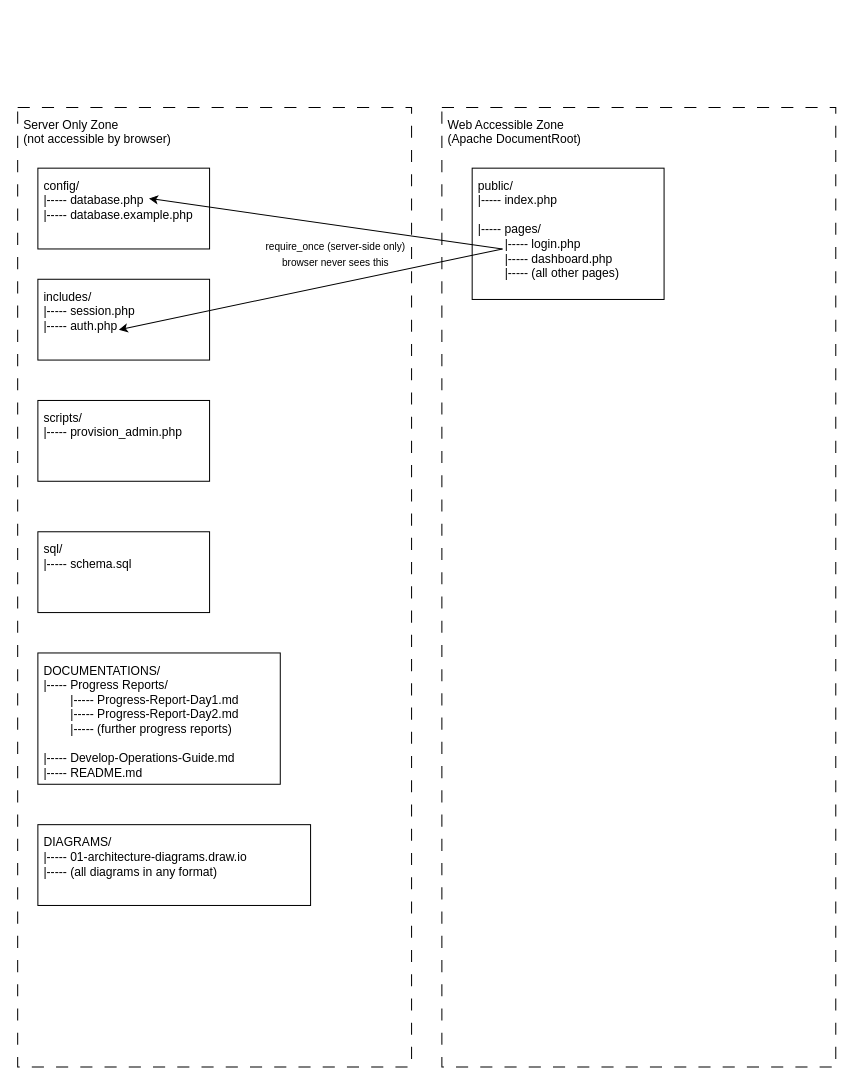
The draw.io diagram DIAGRAMS/02-folder-structure.drawio in kedrick07/sample-tracking-system, before the edit. Source tidied: cells renumbered, new cells numbered last; positions are measured from the earlier drawing's top-left corner, leaving out a move shared by most shapes. Both pictures are drawn from the tidied source at 101%, with x=0, y=0 at pixel (17, 107).
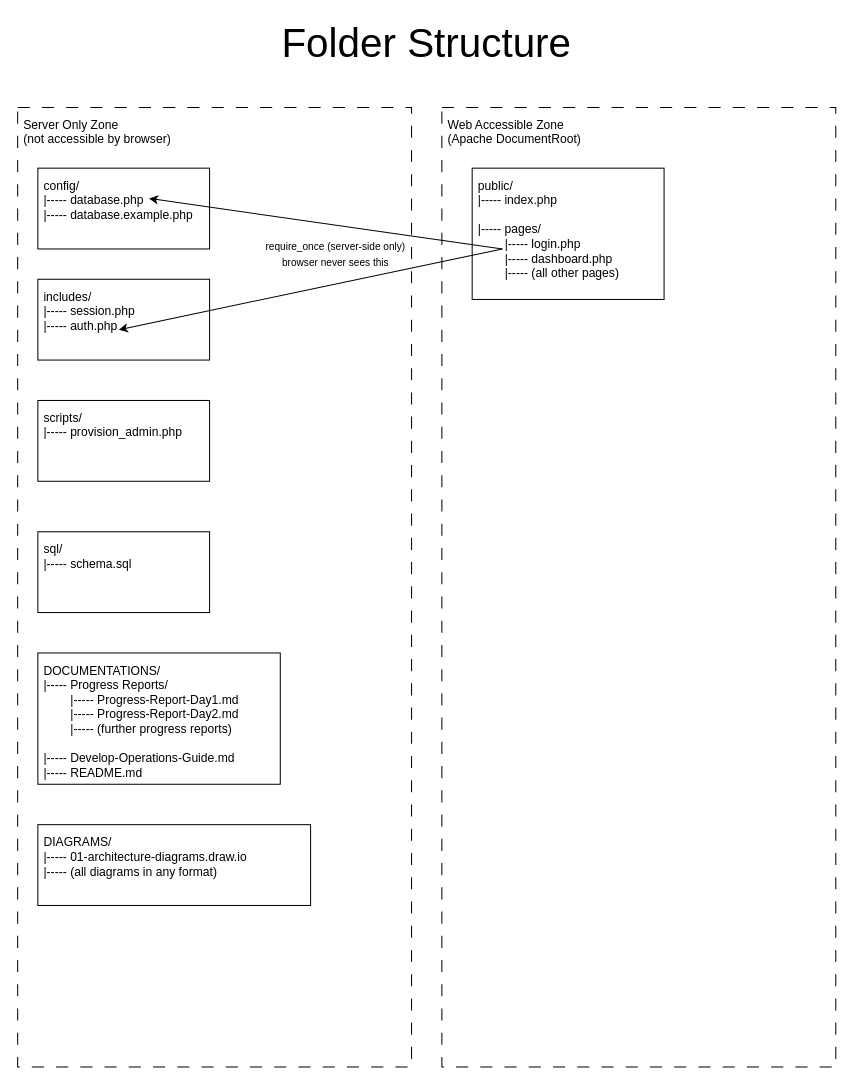
The same page after the edit.

What changed in the source:
```diff
@@
 <mxGraphModel>
   <root>
     <mxCell id="0" />
     <mxCell id="1" parent="0" />
     <mxCell id="2" value="Server Only Zone&lt;div&gt;(not accessible by browser)&lt;/div&gt;" style="rounded=0;whiteSpace=wrap;html=1;verticalAlign=top;align=left;dashed=1;dashPattern=12 12;spacing=6;" parent="1" vertex="1">
       <mxGeometry width="390" height="950" as="geometry" />
     </mxCell>
     <mxCell id="3" value="Web Accessible Zone&amp;nbsp;&lt;div&gt;(Apache DocumentRoot)&lt;/div&gt;&lt;div&gt;&lt;br&gt;&lt;/div&gt;" style="rounded=0;whiteSpace=wrap;html=1;verticalAlign=top;align=left;spacing=6;dashed=1;dashPattern=12 12;" parent="1" vertex="1">
       <mxGeometry x="420" width="390" height="950" as="geometry" />
     </mxCell>
     <mxCell id="4" value="config/&lt;div&gt;|----- database.php&lt;/div&gt;&lt;div&gt;|----- database.example.php&lt;/div&gt;" style="rounded=0;whiteSpace=wrap;html=1;align=left;verticalAlign=top;spacing=6;" parent="1" vertex="1">
       <mxGeometry x="20" y="60" width="170" height="80" as="geometry" />
     </mxCell>
     <mxCell id="5" value="includes/&lt;div&gt;|----- session.php&lt;/div&gt;&lt;div&gt;|----- auth.php&lt;/div&gt;" style="rounded=0;whiteSpace=wrap;html=1;align=left;verticalAlign=top;spacing=6;" parent="1" vertex="1">
       <mxGeometry x="20" y="170" width="170" height="80" as="geometry" />
     </mxCell>
     <mxCell id="6" value="scripts/&lt;div&gt;|----- provision_admin.php&lt;/div&gt;" style="rounded=0;whiteSpace=wrap;html=1;align=left;verticalAlign=top;spacing=6;" parent="1" vertex="1">
       <mxGeometry x="20" y="290" width="170" height="80" as="geometry" />
     </mxCell>
     <mxCell id="7" value="sql/&lt;div&gt;|----- schema.sql&lt;/div&gt;" style="rounded=0;whiteSpace=wrap;html=1;align=left;verticalAlign=top;spacing=6;" parent="1" vertex="1">
       <mxGeometry x="20" y="420" width="170" height="80" as="geometry" />
     </mxCell>
     <mxCell id="8" value="&lt;div&gt;DOCUMENTATIONS/&lt;/div&gt;&lt;div&gt;|----- Progress Reports/&lt;/div&gt;&lt;div&gt;&lt;span style=&quot;white-space: pre;&quot;&gt;&#9;&lt;/span&gt;|----- Progress-Report-Day1.md&lt;br&gt;&lt;/div&gt;&lt;div&gt;&lt;span style=&quot;white-space: pre;&quot;&gt;&#9;&lt;/span&gt;|----- Progress-Report-Day2.md&lt;br&gt;&lt;/div&gt;&lt;div&gt;&lt;span style=&quot;white-space: pre;&quot;&gt;&#9;&lt;/span&gt;|----- (further progress reports)&lt;br&gt;&lt;/div&gt;&lt;div&gt;&lt;br&gt;&lt;/div&gt;&lt;div&gt;|----- Develop-Operations-Guide.md&lt;/div&gt;&lt;div&gt;|----- README.md&lt;/div&gt;" style="rounded=0;whiteSpace=wrap;html=1;align=left;verticalAlign=top;spacing=6;" parent="1" vertex="1">
       <mxGeometry x="20" y="540" width="240" height="130" as="geometry" />
     </mxCell>
     <mxCell id="9" value="DIAGRAMS/&lt;div&gt;|----- 01-architecture-diagrams.draw.io&lt;/div&gt;&lt;div&gt;|----- (all diagrams in any format)&lt;/div&gt;" style="rounded=0;whiteSpace=wrap;html=1;align=left;verticalAlign=top;spacing=6;" parent="1" vertex="1">
       <mxGeometry x="20" y="710" width="270" height="80" as="geometry" />
     </mxCell>
     <mxCell id="10" value="public/&lt;div&gt;|----- index.php&lt;/div&gt;&lt;div&gt;&lt;br&gt;&lt;/div&gt;&lt;div&gt;|----- pages/&lt;/div&gt;&lt;div&gt;&lt;span style=&quot;white-space: pre;&quot;&gt;&#9;&lt;/span&gt;|----- login.php&lt;br&gt;&lt;/div&gt;&lt;div&gt;&lt;span style=&quot;white-space: pre;&quot;&gt;&#9;&lt;/span&gt;|----- dashboard.php&lt;br&gt;&lt;/div&gt;&lt;div&gt;&lt;span style=&quot;white-space: pre;&quot;&gt;&#9;&lt;/span&gt;|----- (all other pages)&lt;br&gt;&lt;/div&gt;&lt;div&gt;&lt;br&gt;&lt;/div&gt;" style="rounded=0;whiteSpace=wrap;html=1;align=left;verticalAlign=top;spacing=6;" parent="1" vertex="1">
       <mxGeometry x="450" y="60" width="190" height="130" as="geometry" />
     </mxCell>
     <mxCell id="11" style="endArrow=classic;html=1;rounded=0;exitX=0.158;exitY=0.615;exitDx=0;exitDy=0;exitPerimeter=0;entryX=0.647;entryY=0.375;entryDx=0;entryDy=0;entryPerimeter=0;" parent="1" edge="1" source="10" target="4">
       <mxGeometry relative="1" as="geometry" />
     </mxCell>
     <mxCell id="12" style="endArrow=classic;html=1;rounded=0;entryX=0.471;entryY=0.625;entryDx=0;entryDy=0;entryPerimeter=0;exitX=0.158;exitY=0.615;exitDx=0;exitDy=0;exitPerimeter=0;" parent="1" edge="1" source="10" target="5">
       <mxGeometry relative="1" as="geometry" />
     </mxCell>
     <mxCell id="13" value="&lt;font style=&quot;font-size: 10px;&quot;&gt;require_once (server-side only)&lt;/font&gt;&lt;div&gt;&lt;font style=&quot;font-size: 10px;&quot;&gt;browser never sees this&lt;/font&gt;&lt;/div&gt;" style="text;html=1;whiteSpace=wrap;strokeColor=none;fillColor=none;align=center;verticalAlign=middle;rounded=0;" parent="1" vertex="1">
       <mxGeometry x="240" y="130" width="150" height="30" as="geometry" />
     </mxCell>
+    <mxCell id="14" value="&lt;font style=&quot;font-size: 40px;&quot;&gt;Folder Structure&lt;/font&gt;" style="text;html=1;whiteSpace=wrap;strokeColor=none;fillColor=none;align=center;verticalAlign=middle;rounded=0;" parent="1" vertex="1">
+      <mxGeometry x="195" y="-80" width="420" height="30" as="geometry" />
+    </mxCell>
   </root>
 </mxGraphModel>
```
